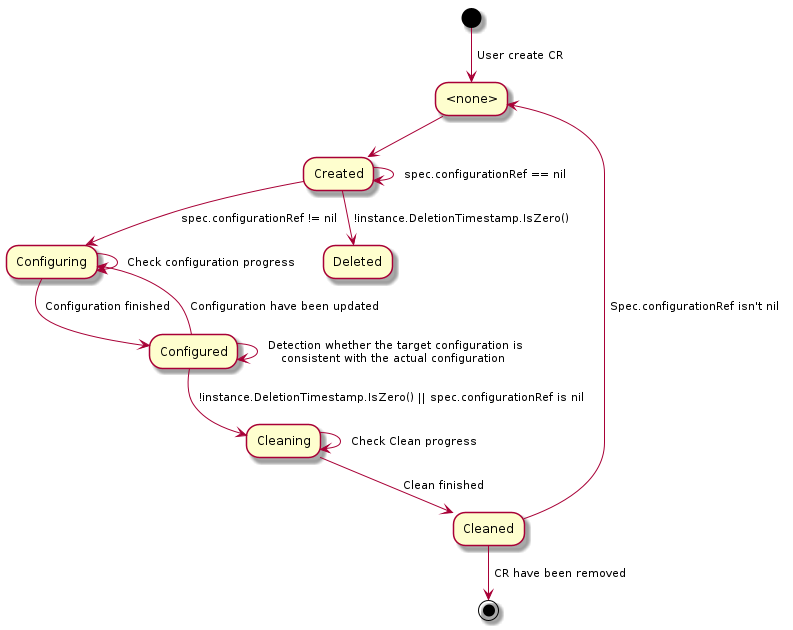
The PlantUML diagram docs/state.png in Hellcatlk/network-operator, before a commit.
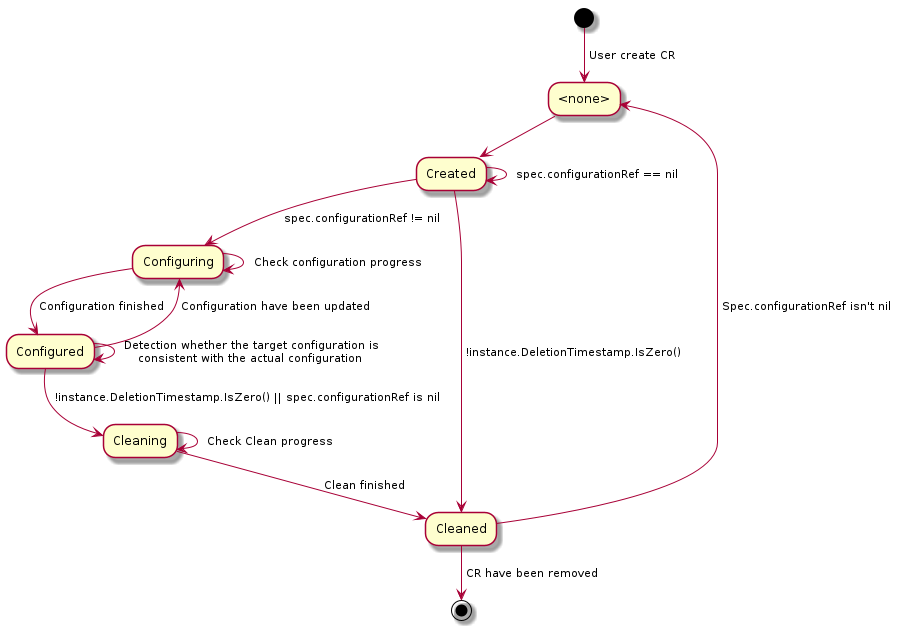
The same diagram one commit later.

Change to the diagram source:
```diff
@@ -5,7 +5,7 @@
 "<none>" --> "Created"
 
 "Created" --> [ spec.configurationRef != nil ] "Configuring"
-"Created" --> [ !instance.DeletionTimestamp.IsZero() ] "Deleted"
+"Created" --> [ !instance.DeletionTimestamp.IsZero() ] "Cleaned"
 "Created" --> [ spec.configurationRef == nil ] "Created"
 
 "Configuring" --> [ Check configuration progress ] "Configuring"
```
